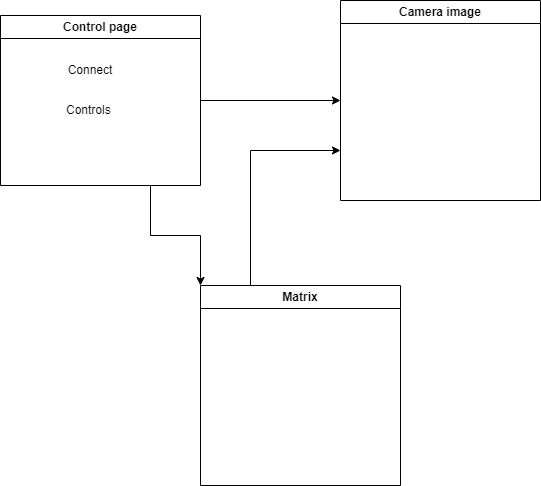
This is osztalyDiagram.drawio.png from JBLogistic/Licence_Exam, a draw.io export, as it was before one commit. Source tidied: cells renumbered, new cells last; positions are measured from the earlier drawing's top-left corner, leaving out a move shared by most shapes.
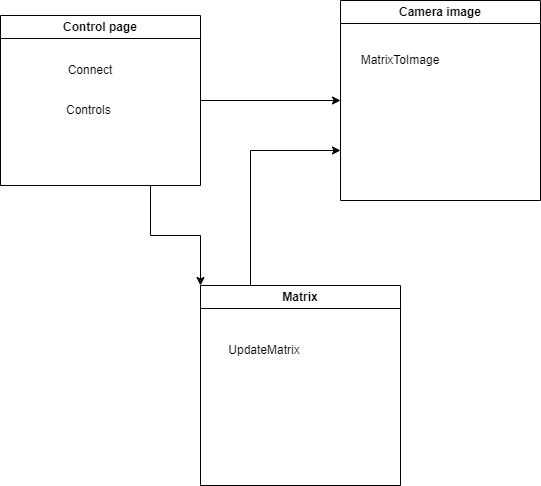
Later version of the same file.

What changed in the source:
```diff
@@ -20,11 +20,17 @@
     <mxCell id="7" value="Camera image" style="swimlane;whiteSpace=wrap;html=1;" parent="1" vertex="1">
       <mxGeometry x="340" width="200" height="200" as="geometry" />
     </mxCell>
+    <mxCell id="10" value="MatrixToImage" style="text;html=1;strokeColor=none;fillColor=none;align=center;verticalAlign=middle;whiteSpace=wrap;rounded=0;" parent="7" vertex="1">
+      <mxGeometry x="30" y="45" width="60" height="30" as="geometry" />
+    </mxCell>
     <mxCell id="8" style="edgeStyle=orthogonalEdgeStyle;rounded=0;jettySize=auto;html=1;exitX=0.25;exitY=0;exitDx=0;exitDy=0;entryX=0;entryY=0.75;entryDx=0;entryDy=0;" parent="1" edge="1" source="9" target="7">
       <mxGeometry relative="1" as="geometry" />
     </mxCell>
     <mxCell id="9" value="Matrix" style="swimlane;whiteSpace=wrap;html=1;" parent="1" vertex="1">
       <mxGeometry x="200" y="285" width="200" height="200" as="geometry" />
     </mxCell>
+    <mxCell id="11" value="UpdateMatrix" style="text;html=1;strokeColor=none;fillColor=none;align=center;verticalAlign=middle;whiteSpace=wrap;rounded=0;" parent="9" vertex="1">
+      <mxGeometry x="34" y="50" width="60" height="30" as="geometry" />
+    </mxCell>
   </root>
 </mxGraphModel>
```
